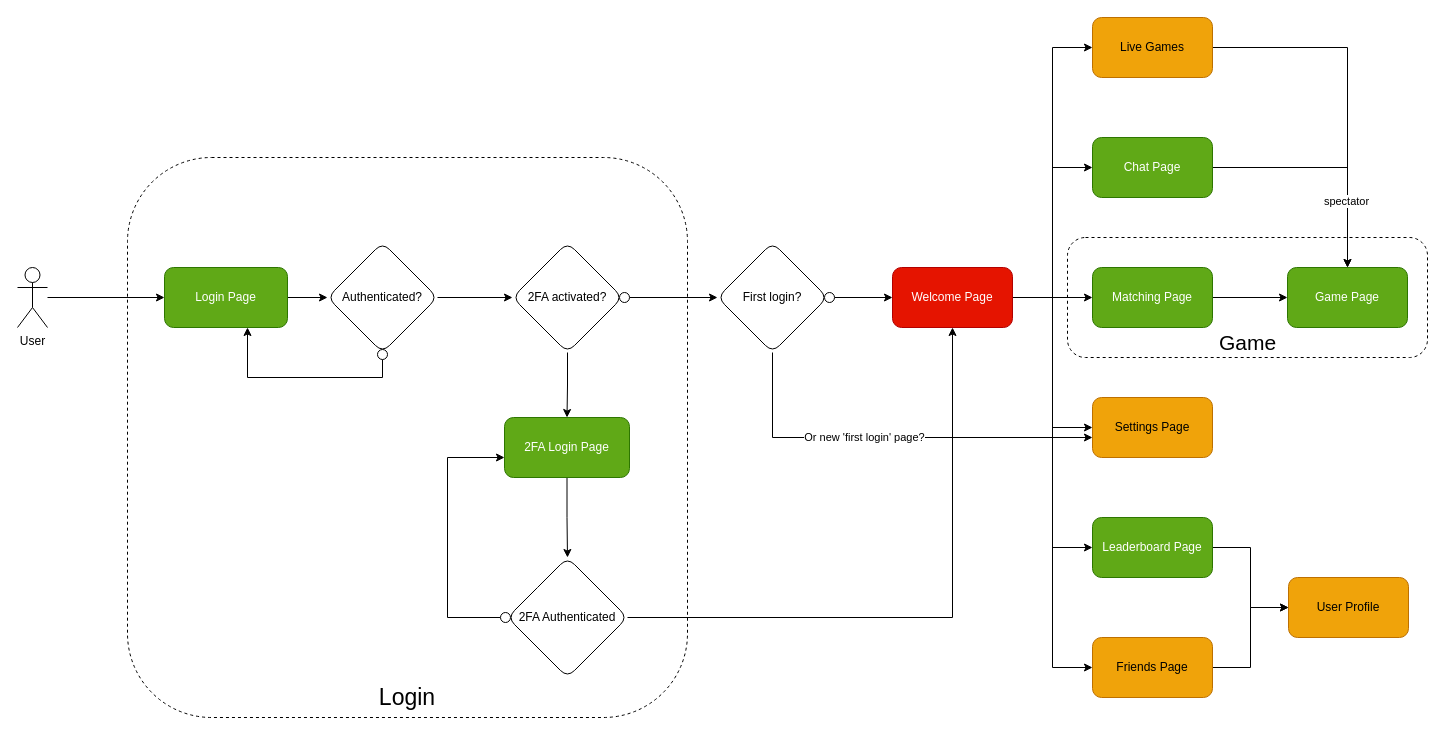
The draw.io diagram docs/frontend.drawio in frdescam/transcendence, before the edit. Source tidied: cells renumbered, new cells numbered last; positions are measured from the earlier drawing's top-left corner, leaving out a move shared by most shapes. Both pictures are drawn from the tidied source at 100%, with x=0, y=0 at pixel (17, 17).
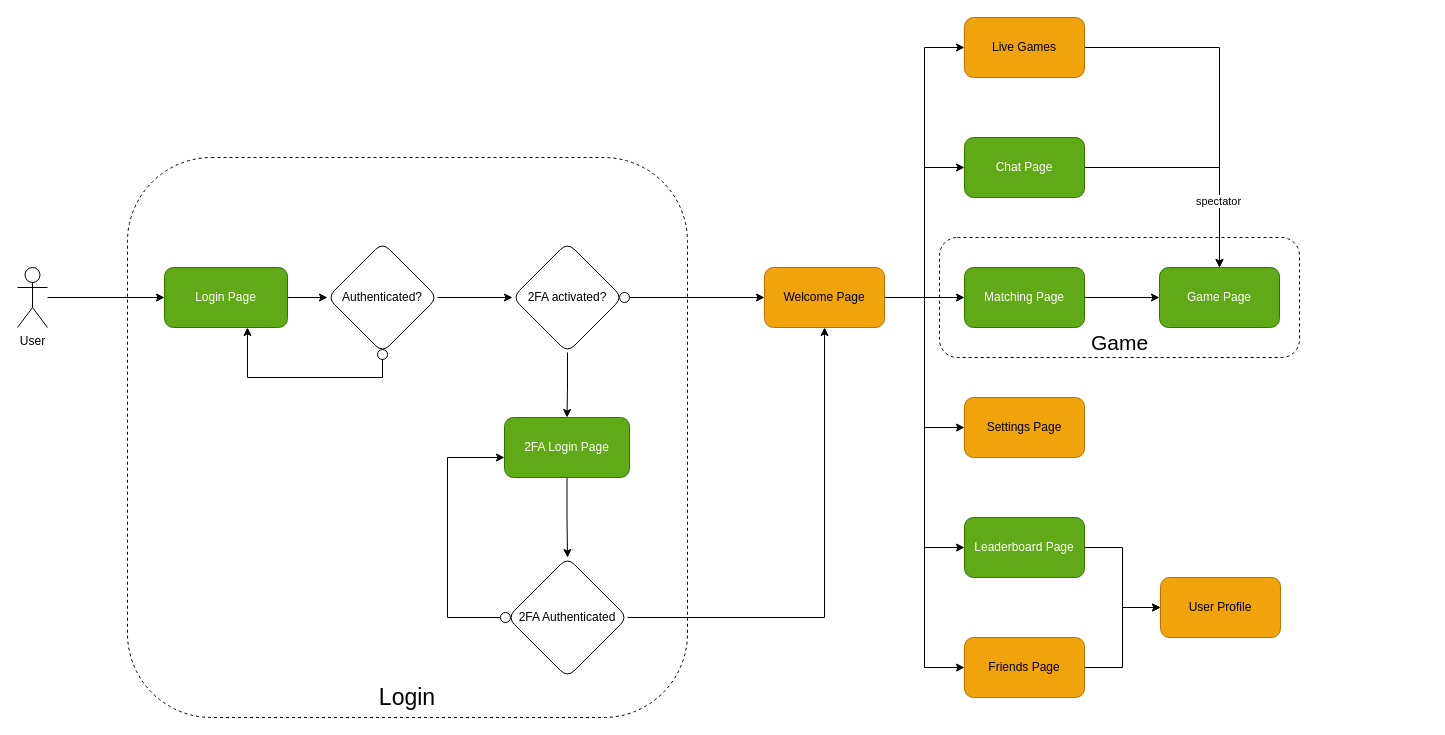
Above is the later version.

Commit message (it also covers changes not shown here):
update frontend diagram

The change refers to these unchanged cells:
```xml
<mxCell id="11" style="ellipse;whiteSpace=wrap;html=1;" parent="1" vertex="1">
  <mxGeometry x="602" y="275" width="10" height="10" as="geometry" />
</mxCell>
```

Change to the diagram source:
```diff
@@
-    <mxCell id="10" style="edgeStyle=orthogonalEdgeStyle;rounded=0;jettySize=auto;html=1;" parent="1" edge="1" source="11" target="38">
-      <mxGeometry relative="1" as="geometry" />
-    </mxCell>
+    <mxCell id="50" style="edgeStyle=orthogonalEdgeStyle;rounded=0;jettySize=auto;html=1;" parent="1" edge="1" source="11" target="24">
+      <mxGeometry relative="1" as="geometry" />
+    </mxCell>
@@
     <mxCell id="18" style="edgeStyle=orthogonalEdgeStyle;rounded=0;jettySize=auto;html=1;" parent="1" edge="1" source="24" target="26">
       <mxGeometry relative="1" as="geometry">
         <Array as="points">
-          <mxPoint x="1035" y="280" />
-          <mxPoint x="1035" y="150" />
+          <mxPoint x="907" y="280" />
+          <mxPoint x="907" y="150" />
         </Array>
       </mxGeometry>
     </mxCell>
@@
     <mxCell id="20" style="edgeStyle=orthogonalEdgeStyle;rounded=0;jettySize=auto;html=1;" parent="1" edge="1" source="24" target="30">
       <mxGeometry relative="1" as="geometry">
         <Array as="points">
-          <mxPoint x="1035" y="280" />
-          <mxPoint x="1035" y="410" />
+          <mxPoint x="907" y="280" />
+          <mxPoint x="907" y="410" />
         </Array>
       </mxGeometry>
     </mxCell>
     <mxCell id="21" style="edgeStyle=orthogonalEdgeStyle;rounded=0;jettySize=auto;html=1;" parent="1" edge="1" source="24" target="32">
       <mxGeometry relative="1" as="geometry">
         <Array as="points">
-          <mxPoint x="1035" y="280" />
-          <mxPoint x="1035" y="530" />
+          <mxPoint x="907" y="280" />
+          <mxPoint x="907" y="530" />
         </Array>
       </mxGeometry>
     </mxCell>
     <mxCell id="22" style="edgeStyle=orthogonalEdgeStyle;rounded=0;jettySize=auto;html=1;" parent="1" edge="1" source="24" target="35">
       <mxGeometry relative="1" as="geometry">
         <Array as="points">
-          <mxPoint x="1035" y="280" />
-          <mxPoint x="1035" y="650" />
+          <mxPoint x="907" y="280" />
+          <mxPoint x="907" y="650" />
         </Array>
       </mxGeometry>
     </mxCell>
     <mxCell id="23" style="edgeStyle=orthogonalEdgeStyle;rounded=0;jettySize=auto;html=1;" parent="1" edge="1" source="24" target="45">
       <mxGeometry relative="1" as="geometry">
         <Array as="points">
-          <mxPoint x="1035" y="280" />
-          <mxPoint x="1035" y="30" />
+          <mxPoint x="907" y="280" />
+          <mxPoint x="907" y="30" />
         </Array>
       </mxGeometry>
     </mxCell>
-    <mxCell id="24" value="Welcome Page" style="whiteSpace=wrap;html=1;rounded=1;fillColor=#e51400;fontColor=#ffffff;strokeColor=#B20000;" parent="1" vertex="1">
-      <mxGeometry x="875" y="250" width="120" height="60" as="geometry" />
+    <mxCell id="24" value="Welcome Page" style="whiteSpace=wrap;html=1;rounded=1;fillColor=#f0a30a;fontColor=#000000;strokeColor=#BD7000;" parent="1" vertex="1">
+      <mxGeometry x="747" y="250" width="120" height="60" as="geometry" />
     </mxCell>
@@
     <mxCell id="26" value="Chat Page" style="whiteSpace=wrap;html=1;rounded=1;fillColor=#60a917;fontColor=#ffffff;strokeColor=#2D7600;" parent="1" vertex="1">
-      <mxGeometry x="1075" y="120" width="120" height="60" as="geometry" />
+      <mxGeometry x="947" y="120" width="120" height="60" as="geometry" />
     </mxCell>
@@
     <mxCell id="28" value="Matching Page" style="whiteSpace=wrap;html=1;rounded=1;fillColor=#60a917;fontColor=#ffffff;strokeColor=#2D7600;" parent="1" vertex="1">
-      <mxGeometry x="1075" y="250" width="120" height="60" as="geometry" />
+      <mxGeometry x="947" y="250" width="120" height="60" as="geometry" />
     </mxCell>
     <mxCell id="29" value="Game Page" style="whiteSpace=wrap;html=1;rounded=1;fillColor=#60a917;fontColor=#ffffff;strokeColor=#2D7600;" parent="1" vertex="1">
-      <mxGeometry x="1270" y="250" width="120" height="60" as="geometry" />
+      <mxGeometry x="1142" y="250" width="120" height="60" as="geometry" />
     </mxCell>
     <mxCell id="30" value="Settings Page" style="whiteSpace=wrap;html=1;rounded=1;fillColor=#f0a30a;fontColor=#000000;strokeColor=#BD7000;" parent="1" vertex="1">
-      <mxGeometry x="1075" y="380" width="120" height="60" as="geometry" />
+      <mxGeometry x="947" y="380" width="120" height="60" as="geometry" />
     </mxCell>
@@
     <mxCell id="32" value="Leaderboard Page" style="whiteSpace=wrap;html=1;rounded=1;fillColor=#60a917;fontColor=#ffffff;strokeColor=#2D7600;" parent="1" vertex="1">
-      <mxGeometry x="1075" y="500" width="120" height="60" as="geometry" />
+      <mxGeometry x="947" y="500" width="120" height="60" as="geometry" />
     </mxCell>
     <mxCell id="33" value="User Profile" style="whiteSpace=wrap;html=1;fillColor=#f0a30a;strokeColor=#BD7000;fontColor=#000000;rounded=1;" parent="1" vertex="1">
-      <mxGeometry x="1271" y="560" width="120" height="60" as="geometry" />
+      <mxGeometry x="1143" y="560" width="120" height="60" as="geometry" />
     </mxCell>
@@
     <mxCell id="35" value="Friends Page" style="whiteSpace=wrap;html=1;fillColor=#f0a30a;strokeColor=#BD7000;fontColor=#000000;rounded=1;" parent="1" vertex="1">
-      <mxGeometry x="1075" y="620" width="120" height="60" as="geometry" />
+      <mxGeometry x="947" y="620" width="120" height="60" as="geometry" />
     </mxCell>
-    <mxCell id="36" style="edgeStyle=orthogonalEdgeStyle;rounded=0;jettySize=auto;html=1;" parent="1" edge="1" source="38" target="30">
-      <mxGeometry relative="1" as="geometry">
-        <Array as="points">
-          <mxPoint x="755" y="420" />
-        </Array>
-      </mxGeometry>
-    </mxCell>
-    <mxCell id="37" value="Or new 'first login' page?" style="edgeLabel;html=1;align=center;verticalAlign=middle;" parent="36" vertex="1">
-      <mxGeometry x="0.04" y="1" relative="1" as="geometry">
-        <mxPoint x="-35" as="offset" />
-      </mxGeometry>
-    </mxCell>
-    <mxCell id="38" value="First login?" style="rhombus;whiteSpace=wrap;html=1;rounded=1;" parent="1" vertex="1">
-      <mxGeometry x="700" y="225" width="110" height="110" as="geometry" />
-    </mxCell>
-    <mxCell id="39" style="edgeStyle=orthogonalEdgeStyle;rounded=0;jettySize=auto;html=1;" parent="1" edge="1" source="40" target="24">
-      <mxGeometry relative="1" as="geometry" />
-    </mxCell>
-    <mxCell id="40" style="ellipse;whiteSpace=wrap;html=1;" parent="1" vertex="1">
-      <mxGeometry x="807" y="275" width="10" height="10" as="geometry" />
-    </mxCell>
@@
     <mxCell id="45" value="Live Games " style="whiteSpace=wrap;html=1;fillColor=#f0a30a;strokeColor=#BD7000;fontColor=#000000;rounded=1;" parent="1" vertex="1">
-      <mxGeometry x="1075" width="120" height="60" as="geometry" />
+      <mxGeometry x="947" width="120" height="60" as="geometry" />
     </mxCell>
@@
     <mxCell id="47" style="rounded=1;whiteSpace=wrap;html=1;fillColor=none;dashed=1;" parent="1" vertex="1">
-      <mxGeometry x="1050" y="220" width="360" height="120" as="geometry" />
+      <mxGeometry x="922" y="220" width="360" height="120" as="geometry" />
     </mxCell>
     <mxCell id="48" value="&lt;font style=&quot;font-size: 21px&quot;&gt;Game&lt;/font&gt;" style="text;html=1;align=center;verticalAlign=middle;strokeColor=none;fillColor=none;" parent="1" vertex="1">
-      <mxGeometry x="1195" y="315" width="70" height="20" as="geometry" />
+      <mxGeometry x="1067" y="315" width="70" height="20" as="geometry" />
     </mxCell>
```
